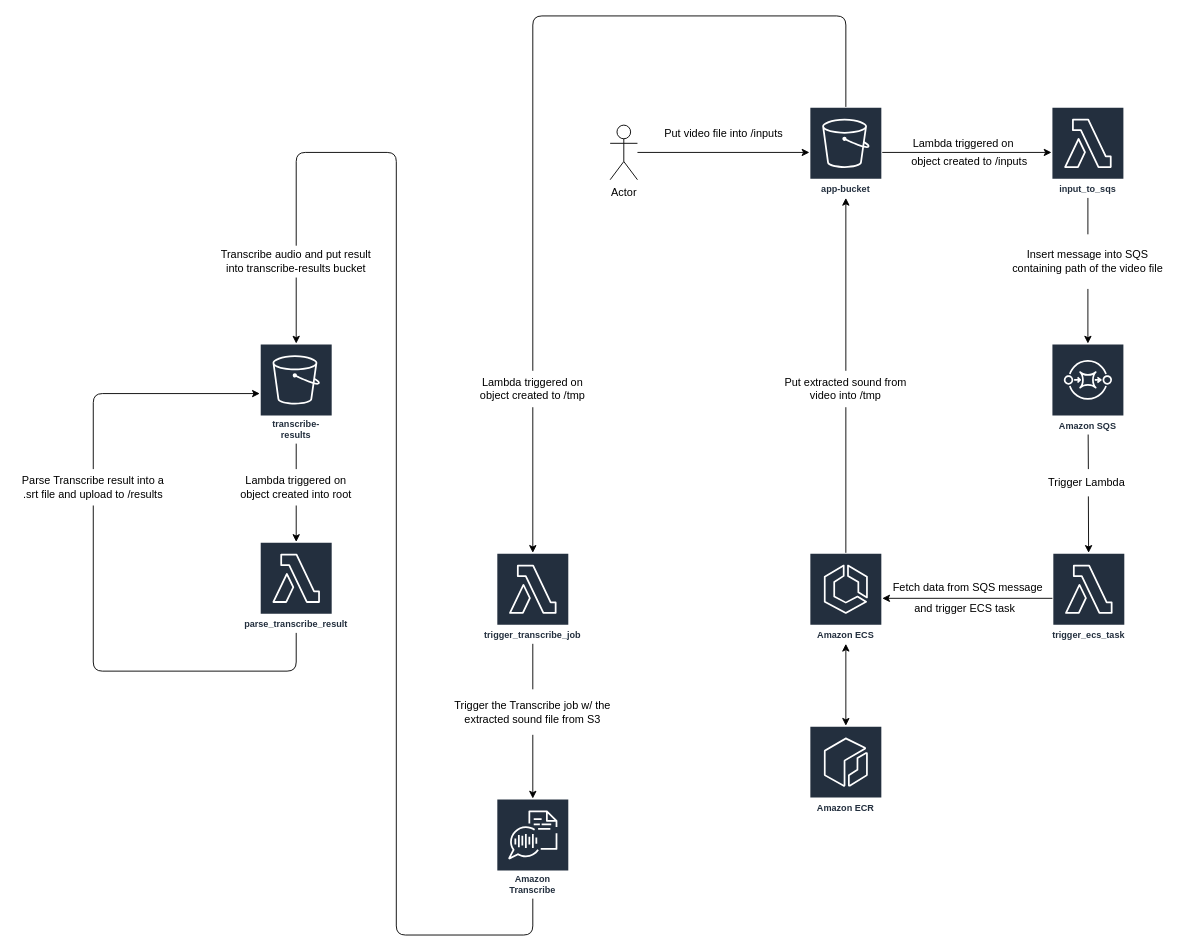
Before: readme_assets/aws_subtitles_infrastructure.drawio in Mornor/ml-auto-subtitles, a draw.io diagram. Source tidied: cells renumbered, new cells numbered last; positions are measured from the earlier drawing's top-left corner, leaving out a move shared by most shapes. Both pictures are drawn from the tidied source at 91%, with x=0, y=0 at pixel (15, 15).
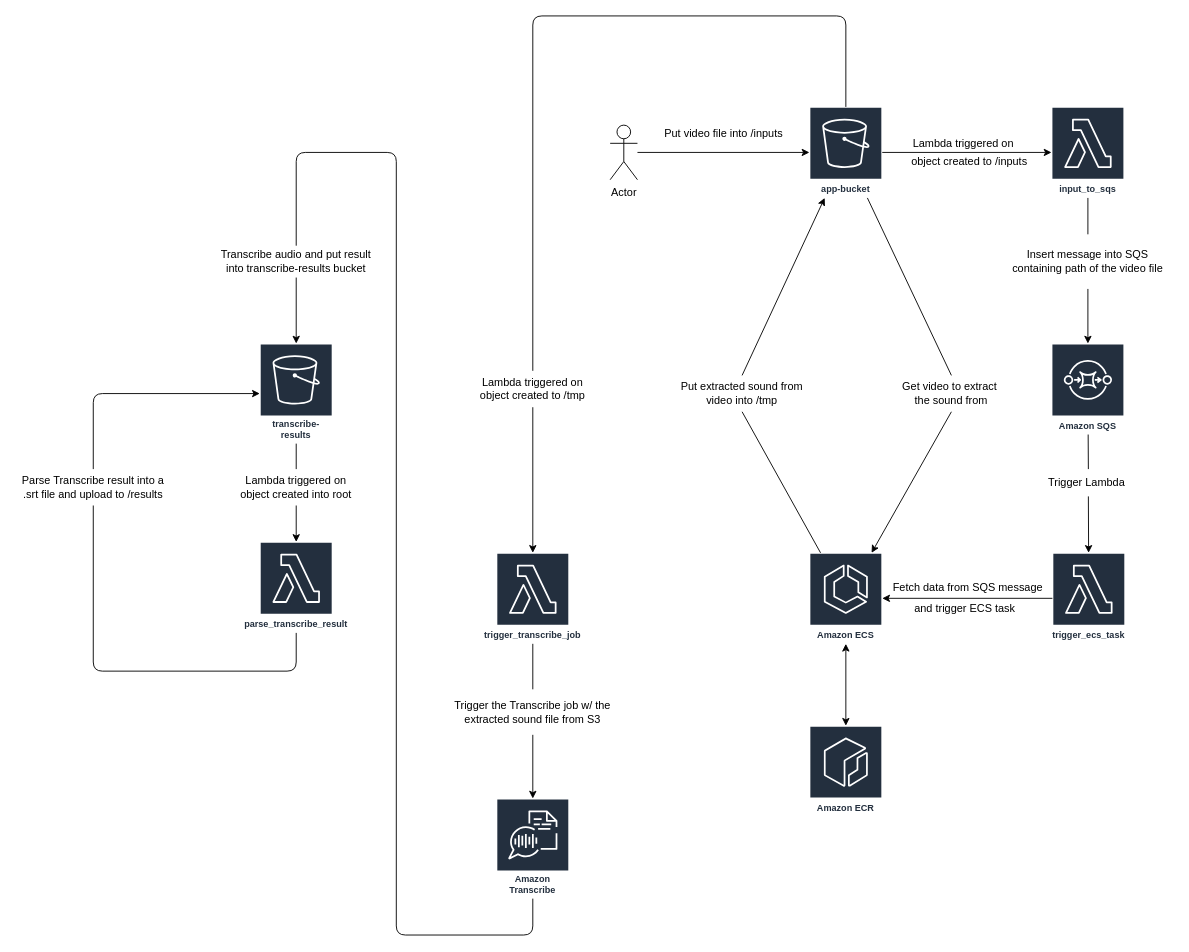
The same diagram, later.

Commit message (it also covers changes not shown here):
Remove input video once sound is extracted

The change refers to these unchanged cells:
```xml
<mxCell id="2" value="app-bucket" style="outlineConnect=0;fontColor=#232F3E;gradientColor=none;strokeColor=#ffffff;fillColor=#232F3E;dashed=0;verticalLabelPosition=middle;verticalAlign=bottom;align=center;html=1;whiteSpace=wrap;fontSize=10;fontStyle=1;spacing=3;shape=mxgraph.aws4.productIcon;prIcon=mxgraph.aws4.s3;" parent="1" vertex="1">
  <mxGeometry x="872" y="100" width="80" height="100" as="geometry" />
</mxCell>
<mxCell id="7" value="Amazon ECS" style="outlineConnect=0;fontColor=#232F3E;gradientColor=none;strokeColor=#ffffff;fillColor=#232F3E;dashed=0;verticalLabelPosition=middle;verticalAlign=bottom;align=center;html=1;whiteSpace=wrap;fontSize=10;fontStyle=1;spacing=3;shape=mxgraph.aws4.productIcon;prIcon=mxgraph.aws4.ecs;" parent="1" vertex="1">
  <mxGeometry x="872" y="590" width="80" height="100" as="geometry" />
</mxCell>
```

The edit, as a diff of the source:
```diff
@@
     <mxCell id="24" value="Put extracted sound from video into /tmp" style="text;html=1;strokeColor=none;fillColor=none;align=center;verticalAlign=middle;whiteSpace=wrap;rounded=0;" parent="1" vertex="1">
-      <mxGeometry x="832" y="390" width="160" height="40" as="geometry" />
+      <mxGeometry x="718" y="395" width="160" height="40" as="geometry" />
     </mxCell>
@@
+    <mxCell id="47" value="Get video to extract&amp;nbsp;&lt;br&gt;the sound from" style="text;html=1;strokeColor=none;fillColor=none;align=center;verticalAlign=middle;whiteSpace=wrap;rounded=0;" parent="1" vertex="1">
+      <mxGeometry x="948" y="395" width="160" height="40" as="geometry" />
+    </mxCell>
+    <mxCell id="48" style="endArrow=classic;html=1;exitX=0.5;exitY=1;exitDx=0;exitDy=0;" parent="1" edge="1" source="47" target="7">
+      <mxGeometry relative="1" as="geometry" />
+    </mxCell>
+    <mxCell id="49" style="endArrow=none;html=1;exitX=0.5;exitY=0;exitDx=0;exitDy=0;" parent="1" edge="1" source="47" target="2">
+      <mxGeometry relative="1" as="geometry" />
+    </mxCell>
```
